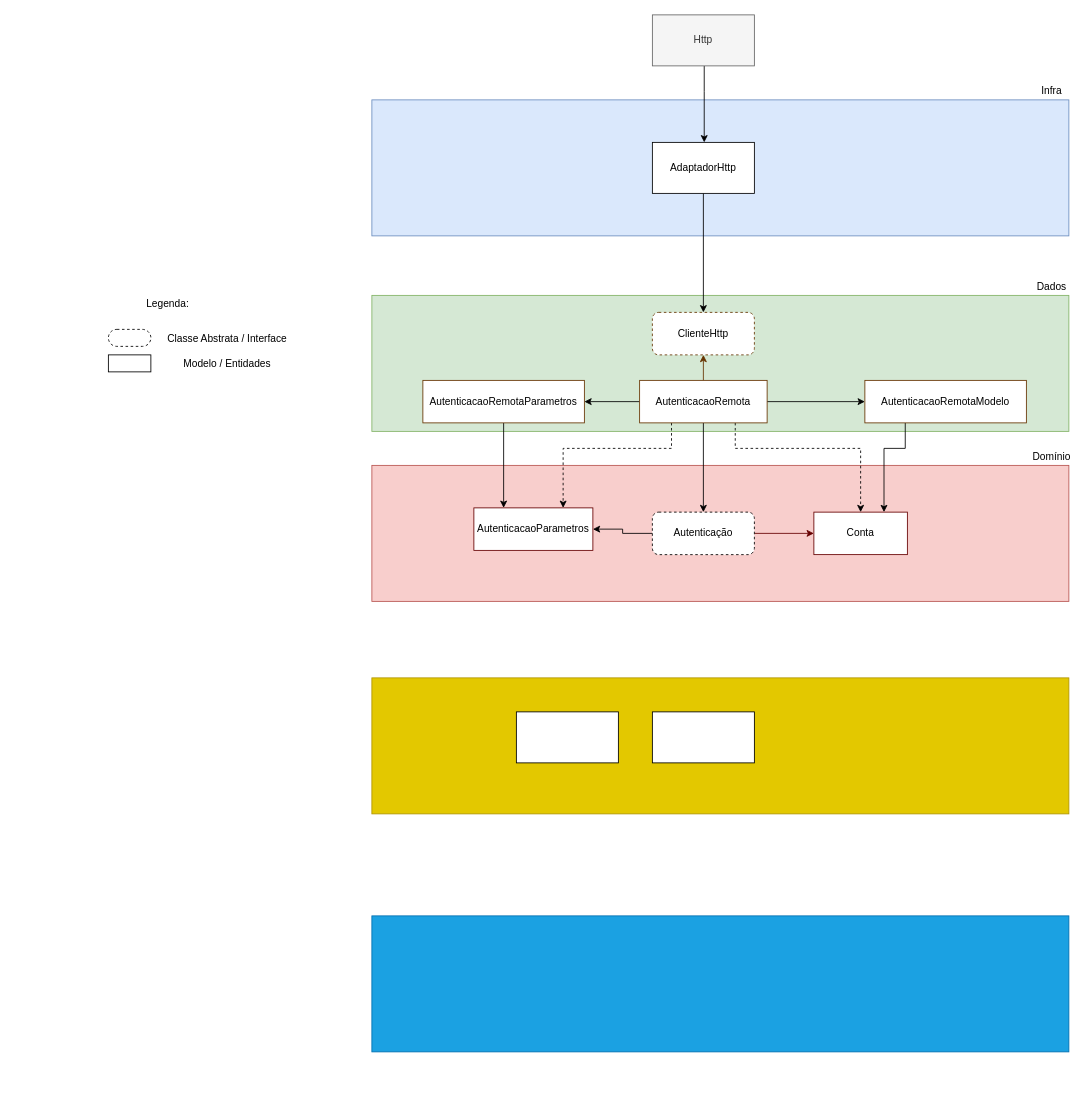
The draw.io diagram page "Acesso" (1 of 2) of requisitos/Questionario - Flutter.drawio in brunopenha/questionario_flutter, before the edit. Source tidied: cells renumbered, new cells numbered last; positions are measured from the earlier drawing's top-left corner, leaving out a move shared by most shapes. Both pictures are drawn from the tidied source at 85%, with x=0, y=0 at pixel (108, 14).
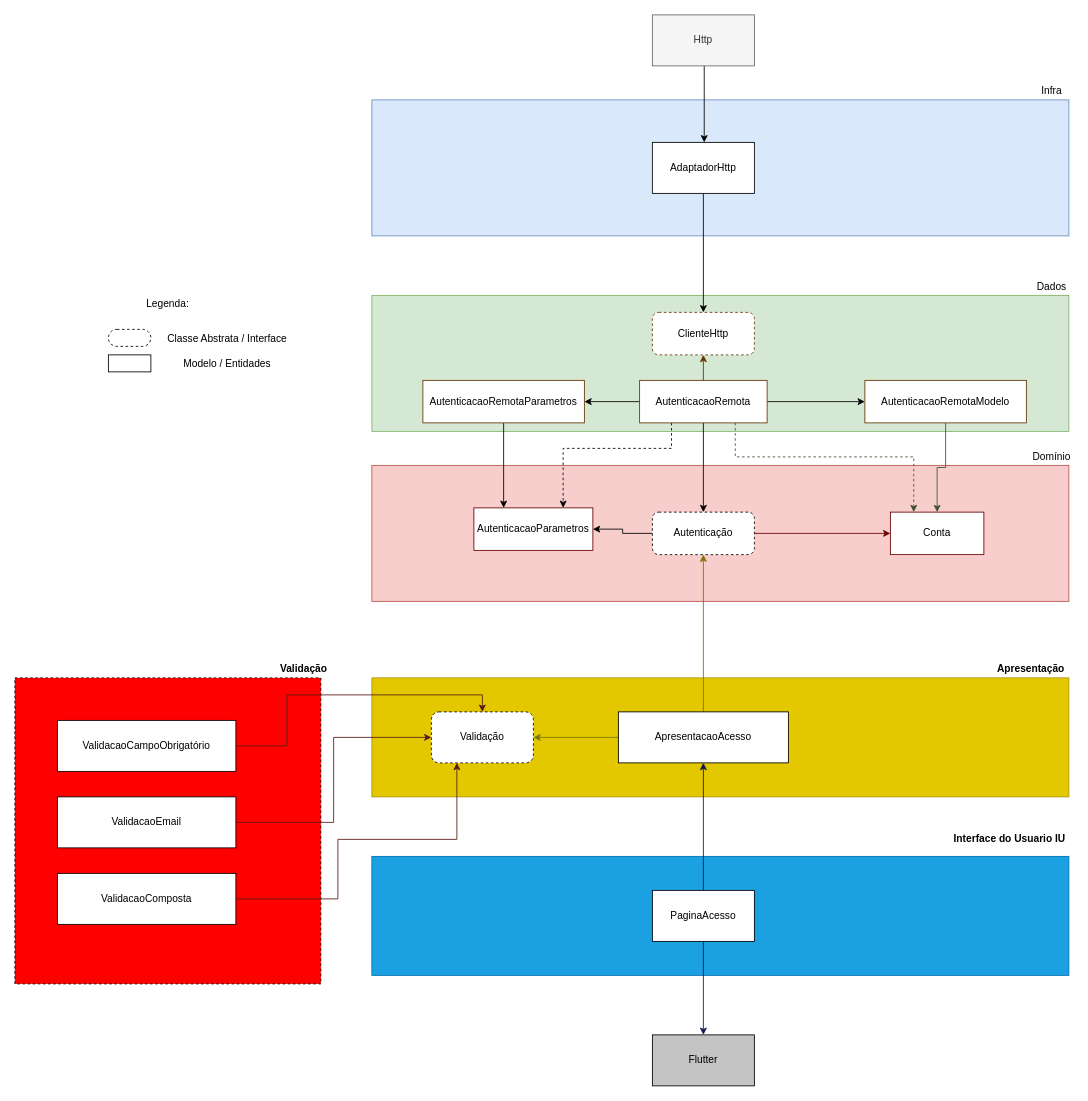
Above is the later version.

Commit message:
Ajuste no diagrama para incluir o tratamento para a tela de acesso.

Unchanged cells that the change refers to:
```xml
<mxCell id="5" value="Autenticação" style="rounded=1;whiteSpace=wrap;html=1;dashed=1;" parent="1" vertex="1">
  <mxGeometry x="640" y="585" width="120" height="50" as="geometry" />
</mxCell>
<mxCell id="22" value="AutenticacaoRemota" style="rounded=0;whiteSpace=wrap;html=1;strokeColor=#663300;" parent="1" vertex="1">
  <mxGeometry x="625" y="430" width="150" height="50" as="geometry" />
</mxCell>
<mxCell id="28" value="AutenticacaoRemotaModelo" style="rounded=0;whiteSpace=wrap;html=1;strokeColor=#663300;" parent="1" vertex="1">
  <mxGeometry x="890" y="430" width="190" height="50" as="geometry" />
</mxCell>
<mxCell id="29" value="AutenticacaoParametros" style="rounded=0;whiteSpace=wrap;html=1;strokeColor=#660000;" parent="1" vertex="1">
  <mxGeometry x="430" y="580" width="140" height="50" as="geometry" />
</mxCell>
```

The edit, as a diff of the source:
```diff
@@
     <mxCell id="10" value="Conta" style="rounded=0;whiteSpace=wrap;html=1;strokeColor=#660000;" parent="1" vertex="1">
-      <mxGeometry x="830" y="585" width="110" height="50" as="geometry" />
+      <mxGeometry x="920" y="585" width="110" height="50" as="geometry" />
     </mxCell>
@@
+    <mxCell id="21" style="edgeStyle=orthogonalEdgeStyle;rounded=0;jettySize=auto;html=1;exitX=0.25;exitY=1;exitDx=0;exitDy=0;entryX=0.75;entryY=0;entryDx=0;entryDy=0;dashed=1;" parent="1" edge="1" source="22" target="29">
+      <mxGeometry relative="1" as="geometry">
+        <Array as="points">
+          <mxPoint x="663" y="510" />
+          <mxPoint x="535" y="510" />
+        </Array>
+      </mxGeometry>
+    </mxCell>
-    <mxCell id="19" style="edgeStyle=orthogonalEdgeStyle;rounded=0;jettySize=auto;html=1;exitX=0.75;exitY=1;exitDx=0;exitDy=0;entryX=0.5;entryY=0;entryDx=0;entryDy=0;dashed=1;" parent="1" edge="1" source="22" target="10">
+    <mxCell id="19" style="edgeStyle=orthogonalEdgeStyle;rounded=0;jettySize=auto;html=1;exitX=0.75;exitY=1;exitDx=0;exitDy=0;entryX=0.25;entryY=0;entryDx=0;entryDy=0;dashed=1;fillColor=#6d8764;strokeColor=#3A5431;" parent="1" edge="1" source="22" target="10">
       <mxGeometry relative="1" as="geometry">
         <Array as="points">
-          <mxPoint x="738" y="510" />
-          <mxPoint x="885" y="510" />
+          <mxPoint x="738" y="520" />
+          <mxPoint x="948" y="520" />
         </Array>
       </mxGeometry>
     </mxCell>
-    <mxCell id="20" value="&lt;br&gt;" style="edgeLabel;html=1;align=center;verticalAlign=middle;" parent="19" vertex="1">
-      <mxGeometry x="0.04" y="3" relative="1" as="geometry" />
-    </mxCell>
-    <mxCell id="21" style="edgeStyle=orthogonalEdgeStyle;rounded=0;jettySize=auto;html=1;exitX=0.25;exitY=1;exitDx=0;exitDy=0;entryX=0.75;entryY=0;entryDx=0;entryDy=0;dashed=1;" parent="1" edge="1" source="22" target="29">
-      <mxGeometry relative="1" as="geometry">
-        <Array as="points">
-          <mxPoint x="663" y="510" />
-          <mxPoint x="535" y="510" />
-        </Array>
-      </mxGeometry>
-    </mxCell>
@@
-    <mxCell id="27" style="edgeStyle=orthogonalEdgeStyle;rounded=0;jettySize=auto;html=1;exitX=0.25;exitY=1;exitDx=0;exitDy=0;entryX=0.75;entryY=0;entryDx=0;entryDy=0;" parent="1" edge="1" source="28" target="10">
-      <mxGeometry relative="1" as="geometry">
-        <Array as="points">
-          <mxPoint x="938" y="510" />
-          <mxPoint x="913" y="510" />
-        </Array>
-      </mxGeometry>
+    <mxCell id="27" style="edgeStyle=orthogonalEdgeStyle;rounded=0;jettySize=auto;html=1;exitX=0.5;exitY=1;exitDx=0;exitDy=0;fillColor=#6d8764;strokeColor=#3A5431;" parent="1" edge="1" source="28" target="10">
+      <mxGeometry relative="1" as="geometry" />
     </mxCell>
@@
     <mxCell id="36" style="rounded=0;whiteSpace=wrap;html=1;fillColor=#e3c800;strokeColor=#B09500;fontColor=#000000;" parent="1" vertex="1">
-      <mxGeometry x="310" y="780" width="820" height="160" as="geometry" />
+      <mxGeometry x="310" y="780" width="820" height="140" as="geometry" />
     </mxCell>
     <mxCell id="37" style="rounded=0;whiteSpace=wrap;html=1;fillColor=#1ba1e2;strokeColor=#006EAF;fontColor=#ffffff;" parent="1" vertex="1">
-      <mxGeometry x="310" y="1060" width="820" height="160" as="geometry" />
+      <mxGeometry x="310" y="990" width="820" height="140" as="geometry" />
     </mxCell>
-    <mxCell id="38" style="rounded=0;whiteSpace=wrap;html=1;" parent="1" vertex="1">
-      <mxGeometry x="480" y="820" width="120" height="60" as="geometry" />
-    </mxCell>
+    <mxCell id="40" style="edgeStyle=orthogonalEdgeStyle;rounded=0;jettySize=auto;html=1;strokeColor=#757500;" parent="1" edge="1" source="39" target="5">
+      <mxGeometry relative="1" as="geometry" />
+    </mxCell>
+    <mxCell id="41" style="edgeStyle=orthogonalEdgeStyle;rounded=0;jettySize=auto;html=1;strokeColor=#757500;" parent="1" edge="1" source="39" target="43">
+      <mxGeometry relative="1" as="geometry" />
+    </mxCell>
-    <mxCell id="39" style="rounded=0;whiteSpace=wrap;html=1;" parent="1" vertex="1">
-      <mxGeometry x="640" y="820" width="120" height="60" as="geometry" />
+    <mxCell id="39" value="ApresentacaoAcesso" style="rounded=0;whiteSpace=wrap;html=1;" parent="1" vertex="1">
+      <mxGeometry x="600" y="820" width="200" height="60" as="geometry" />
     </mxCell>
+    <mxCell id="42" value="Apresentação" style="text;html=1;align=center;verticalAlign=middle;strokeColor=none;fontStyle=1;" parent="1" vertex="1">
+      <mxGeometry x="1040" y="760" width="90" height="20" as="geometry" />
+    </mxCell>
+    <mxCell id="43" value="Validação" style="rounded=1;whiteSpace=wrap;html=1;dashed=1;" parent="1" vertex="1">
+      <mxGeometry x="380" y="820" width="120" height="60" as="geometry" />
+    </mxCell>
+    <mxCell id="44" value="Interface do Usuario IU" style="text;html=1;align=center;verticalAlign=middle;strokeColor=none;fontStyle=1;" parent="1" vertex="1">
+      <mxGeometry x="985" y="960" width="150" height="20" as="geometry" />
+    </mxCell>
+    <mxCell id="45" style="whiteSpace=wrap;html=1;dashed=1;fillColor=#FF0000;" parent="1" vertex="1">
+      <mxGeometry x="-110" y="780" width="360" height="360" as="geometry" />
+    </mxCell>
+    <mxCell id="46" style="edgeStyle=orthogonalEdgeStyle;rounded=0;jettySize=auto;html=1;exitX=1;exitY=0.5;exitDx=0;exitDy=0;entryX=0.5;entryY=0;entryDx=0;entryDy=0;fillColor=#e51400;strokeColor=#591916;" parent="1" edge="1" source="47" target="43">
+      <mxGeometry relative="1" as="geometry">
+        <Array as="points">
+          <mxPoint x="210" y="860" />
+          <mxPoint x="210" y="800" />
+          <mxPoint x="440" y="800" />
+        </Array>
+      </mxGeometry>
+    </mxCell>
+    <mxCell id="47" value="ValidacaoCampoObrigatório" style="rounded=0;whiteSpace=wrap;html=1;fillColor=#FFFFFF;" parent="1" vertex="1">
+      <mxGeometry x="-60" y="830" width="210" height="60" as="geometry" />
+    </mxCell>
+    <mxCell id="48" style="edgeStyle=orthogonalEdgeStyle;rounded=0;jettySize=auto;html=1;entryX=0;entryY=0.5;entryDx=0;entryDy=0;strokeColor=#591916;" parent="1" edge="1" source="49" target="43">
+      <mxGeometry relative="1" as="geometry" />
+    </mxCell>
+    <mxCell id="49" value="ValidacaoEmail" style="rounded=0;whiteSpace=wrap;html=1;fillColor=#FFFFFF;" parent="1" vertex="1">
+      <mxGeometry x="-60" y="920" width="210" height="60" as="geometry" />
+    </mxCell>
+    <mxCell id="50" style="edgeStyle=orthogonalEdgeStyle;rounded=0;jettySize=auto;html=1;entryX=0.25;entryY=1;entryDx=0;entryDy=0;strokeColor=#591916;" parent="1" edge="1" source="51" target="43">
+      <mxGeometry relative="1" as="geometry">
+        <Array as="points">
+          <mxPoint x="270" y="1040" />
+          <mxPoint x="270" y="970" />
+          <mxPoint x="410" y="970" />
+        </Array>
+      </mxGeometry>
+    </mxCell>
+    <mxCell id="51" value="ValidacaoComposta" style="rounded=0;whiteSpace=wrap;html=1;fillColor=#FFFFFF;" parent="1" vertex="1">
+      <mxGeometry x="-60" y="1010" width="210" height="60" as="geometry" />
+    </mxCell>
+    <mxCell id="52" style="edgeStyle=orthogonalEdgeStyle;rounded=0;jettySize=auto;html=1;strokeColor=#0C1759;" parent="1" edge="1" source="54" target="39">
+      <mxGeometry relative="1" as="geometry" />
+    </mxCell>
+    <mxCell id="53" style="edgeStyle=orthogonalEdgeStyle;rounded=0;jettySize=auto;html=1;strokeColor=#0C1759;" parent="1" edge="1" source="54" target="55">
+      <mxGeometry relative="1" as="geometry" />
+    </mxCell>
+    <mxCell id="54" value="PaginaAcesso" style="rounded=0;whiteSpace=wrap;html=1;fillColor=#FFFFFF;" parent="1" vertex="1">
+      <mxGeometry x="640" y="1030" width="120" height="60" as="geometry" />
+    </mxCell>
+    <mxCell id="55" value="Flutter" style="rounded=0;whiteSpace=wrap;html=1;fillColor=#C4C4C4;" parent="1" vertex="1">
+      <mxGeometry x="640" y="1200" width="120" height="60" as="geometry" />
+    </mxCell>
+    <mxCell id="56" value="Validação" style="text;html=1;strokeColor=none;fillColor=none;align=center;verticalAlign=middle;whiteSpace=wrap;rounded=0;fontStyle=1;" parent="1" vertex="1">
+      <mxGeometry x="210" y="760" width="40" height="20" as="geometry" />
+    </mxCell>
```
